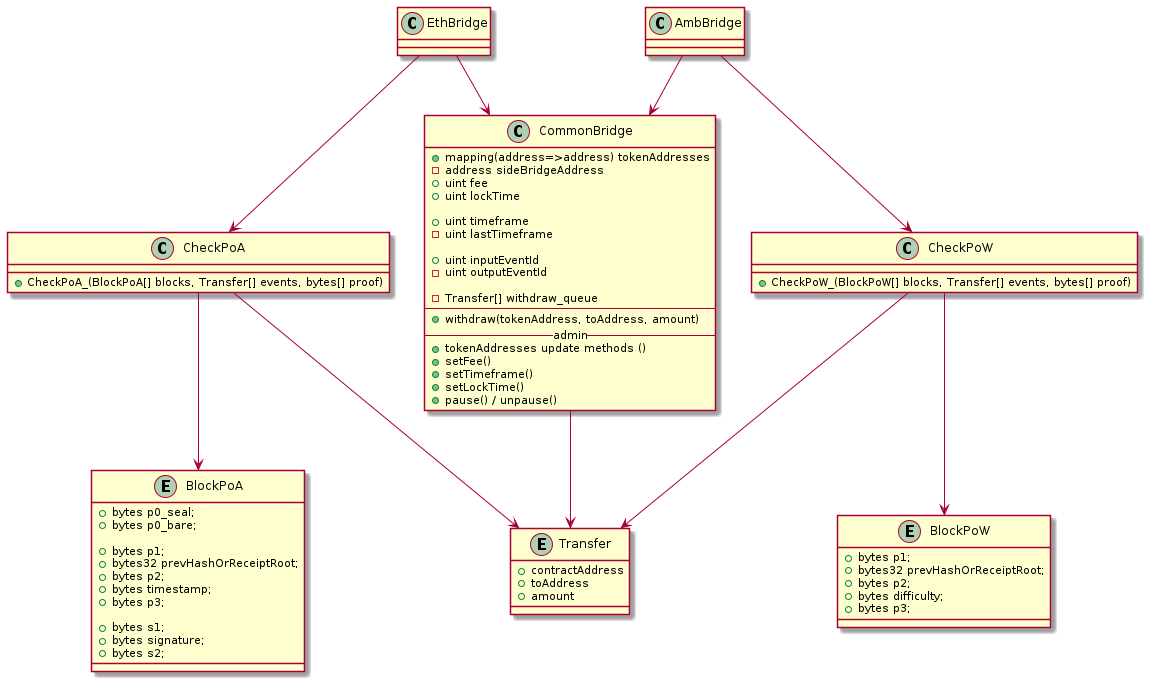
Earlier version of the PlantUML export docs/output/classes.png (ambrosus/ambrosus-bridge). Its diagram source:
```plantuml
@startuml


class EthBridge {

}
class AmbBridge {

}


class CheckPoW {
    +CheckPoW_(BlockPoW[] blocks, Transfer[] events, bytes[] proof)
}

class CheckPoA {
    +CheckPoA_(BlockPoA[] blocks, Transfer[] events, bytes[] proof)
}


entity BlockPoW {
    +bytes p1;
    +bytes32 prevHashOrReceiptRoot;
    +bytes p2;
    +bytes difficulty;
    +bytes p3;
}

entity BlockPoA {
    +bytes p0_seal;
    +bytes p0_bare;

    +bytes p1;
    +bytes32 prevHashOrReceiptRoot;
    +bytes p2;
    +bytes timestamp;
    +bytes p3;

    +bytes s1;
    +bytes signature;
    +bytes s2;
}



class CommonBridge {
    +mapping(address=>address) tokenAddresses
    -address sideBridgeAddress
    +uint fee
    +uint lockTime

    +uint timeframe
    -uint lastTimeframe

    +uint inputEventId
    -uint outputEventId

    -Transfer[] withdraw_queue
    --
    +withdraw(tokenAddress, toAddress, amount)
    --admin--
    +tokenAddresses update methods ()
    +setFee()
    +setTimeframe()
    +setLockTime()
    +pause() / unpause()
}


entity Transfer {
    +contractAddress
    +toAddress
    +amount
}


AmbBridge --> CheckPoW
EthBridge --> CheckPoA

CheckPoW --> BlockPoW
CheckPoA --> BlockPoA
CheckPoW --> Transfer
CheckPoA --> Transfer

AmbBridge --> CommonBridge
EthBridge --> CommonBridge
CommonBridge --> Transfer


@enduml
```
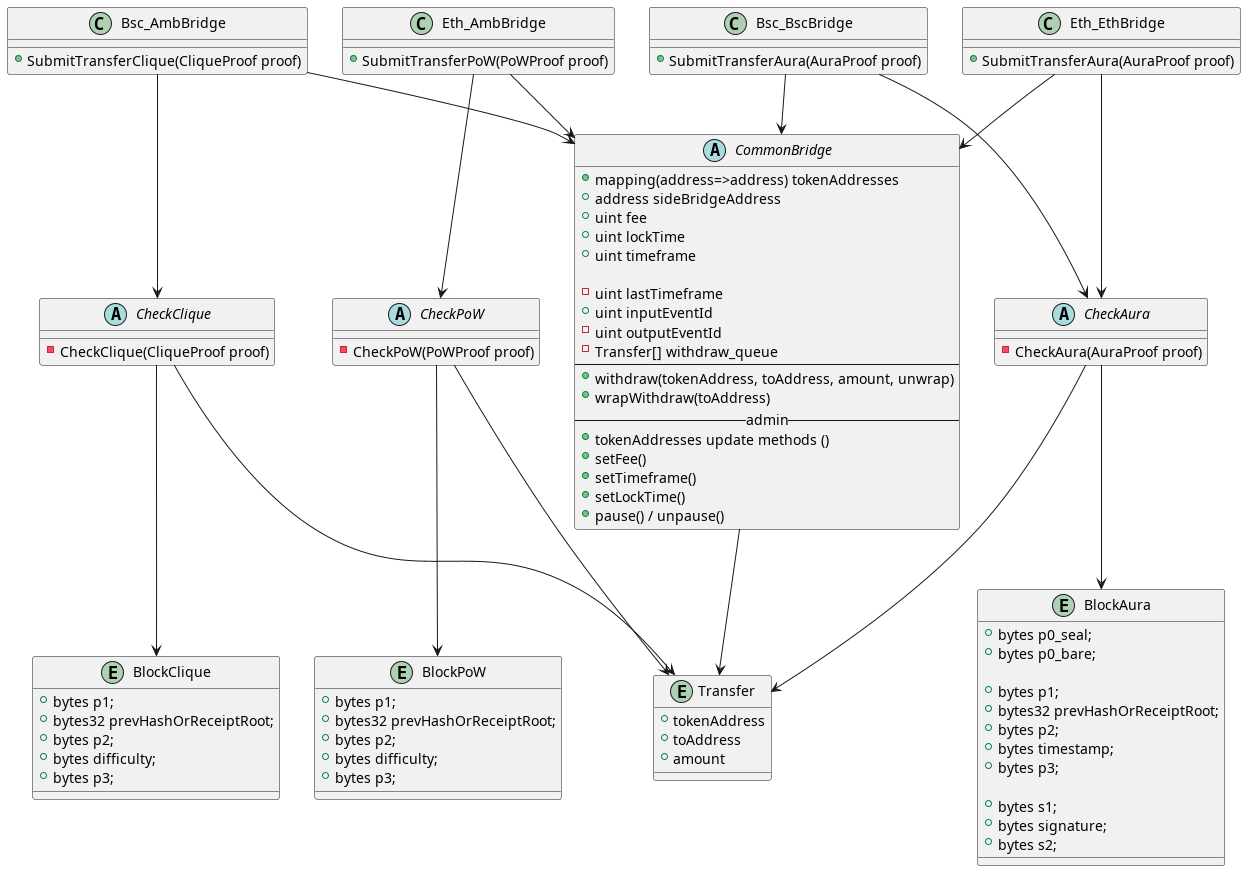
After the change.

The edit, as a diff of the source:
```diff
@@ -1,20 +1,32 @@
 @startuml
 
 
-class EthBridge {
 
+class Bsc_AmbBridge {
+    +SubmitTransferClique(CliqueProof proof)
 }
-class AmbBridge {
+class Bsc_BscBridge {
+    +SubmitTransferAura(AuraProof proof)
+}
 
+class Eth_AmbBridge {
+    +SubmitTransferPoW(PoWProof proof)
+}
+class Eth_EthBridge {
+    +SubmitTransferAura(AuraProof proof)
 }
 
 
-class CheckPoW {
-    +CheckPoW_(BlockPoW[] blocks, Transfer[] events, bytes[] proof)
+abstract class CheckPoW {
+    -CheckPoW(PoWProof proof)
 }
 
-class CheckPoA {
-    +CheckPoA_(BlockPoA[] blocks, Transfer[] events, bytes[] proof)
+abstract class CheckAura {
+    -CheckAura(AuraProof proof)
+}
+
+abstract class CheckClique {
+    -CheckClique(CliqueProof proof)
 }
 
 
@@ -26,7 +38,15 @@
     +bytes p3;
 }
 
-entity BlockPoA {
+entity BlockClique {
+    +bytes p1;
+    +bytes32 prevHashOrReceiptRoot;
+    +bytes p2;
+    +bytes difficulty;
+    +bytes p3;
+}
+
+entity BlockAura {
     +bytes p0_seal;
     +bytes p0_bare;
 
@@ -43,21 +63,20 @@
 
 
 
-class CommonBridge {
+abstract class CommonBridge {
     +mapping(address=>address) tokenAddresses
-    -address sideBridgeAddress
+    +address sideBridgeAddress
     +uint fee
     +uint lockTime
+    +uint timeframe
 
-    +uint timeframe
     -uint lastTimeframe
-
     +uint inputEventId
     -uint outputEventId
-
     -Transfer[] withdraw_queue
     --
-    +withdraw(tokenAddress, toAddress, amount)
+    +withdraw(tokenAddress, toAddress, amount, unwrap)
+    +wrapWithdraw(toAddress)
     --admin--
     +tokenAddresses update methods ()
     +setFee()
@@ -68,22 +87,31 @@
 
 
 entity Transfer {
-    +contractAddress
+    +tokenAddress
     +toAddress
     +amount
 }
 
 
-AmbBridge --> CheckPoW
-EthBridge --> CheckPoA
+Eth_AmbBridge --> CheckPoW
+Eth_EthBridge --> CheckAura
+
+Bsc_BscBridge --> CheckAura
+Bsc_AmbBridge --> CheckClique
 
 CheckPoW --> BlockPoW
-CheckPoA --> BlockPoA
+CheckClique --> BlockClique
+CheckAura --> BlockAura
+
 CheckPoW --> Transfer
-CheckPoA --> Transfer
+CheckClique --> Transfer
+CheckAura --> Transfer
 
-AmbBridge --> CommonBridge
-EthBridge --> CommonBridge
+Eth_AmbBridge --> CommonBridge
+Eth_EthBridge --> CommonBridge
+Bsc_AmbBridge --> CommonBridge
+Bsc_BscBridge --> CommonBridge
+
 CommonBridge --> Transfer
 
 
```
